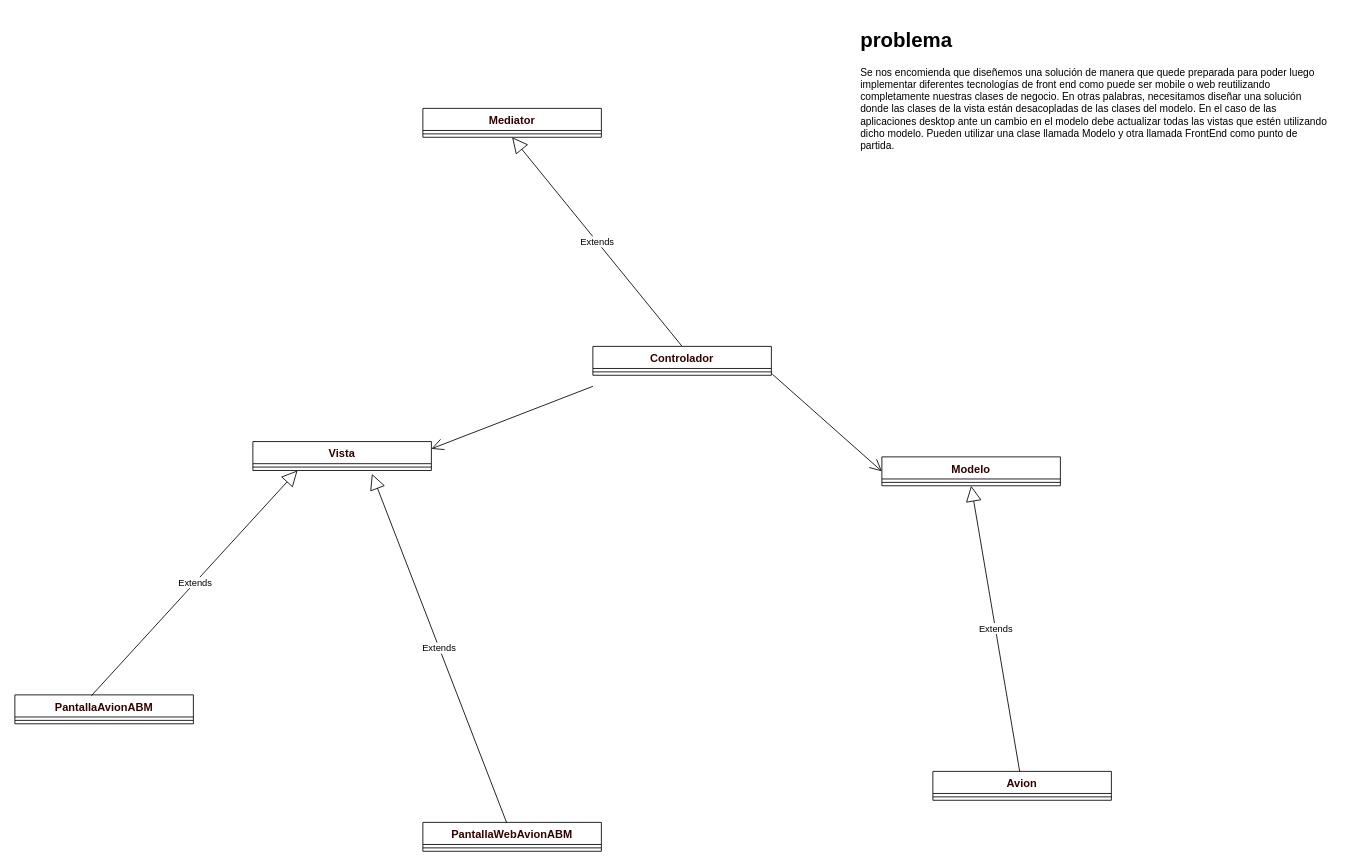
Before: page "disenio-clase-6" (7 of 7) of disenio_sistemas_clase.drawio in centrodph/Diagrams, a draw.io diagram. Source tidied: cells renumbered, new cells numbered last; positions are measured from the earlier drawing's top-left corner, leaving out a move shared by most shapes. Both pictures are drawn from the tidied source at 85%, with x=0, y=0 at pixel (14, 23).
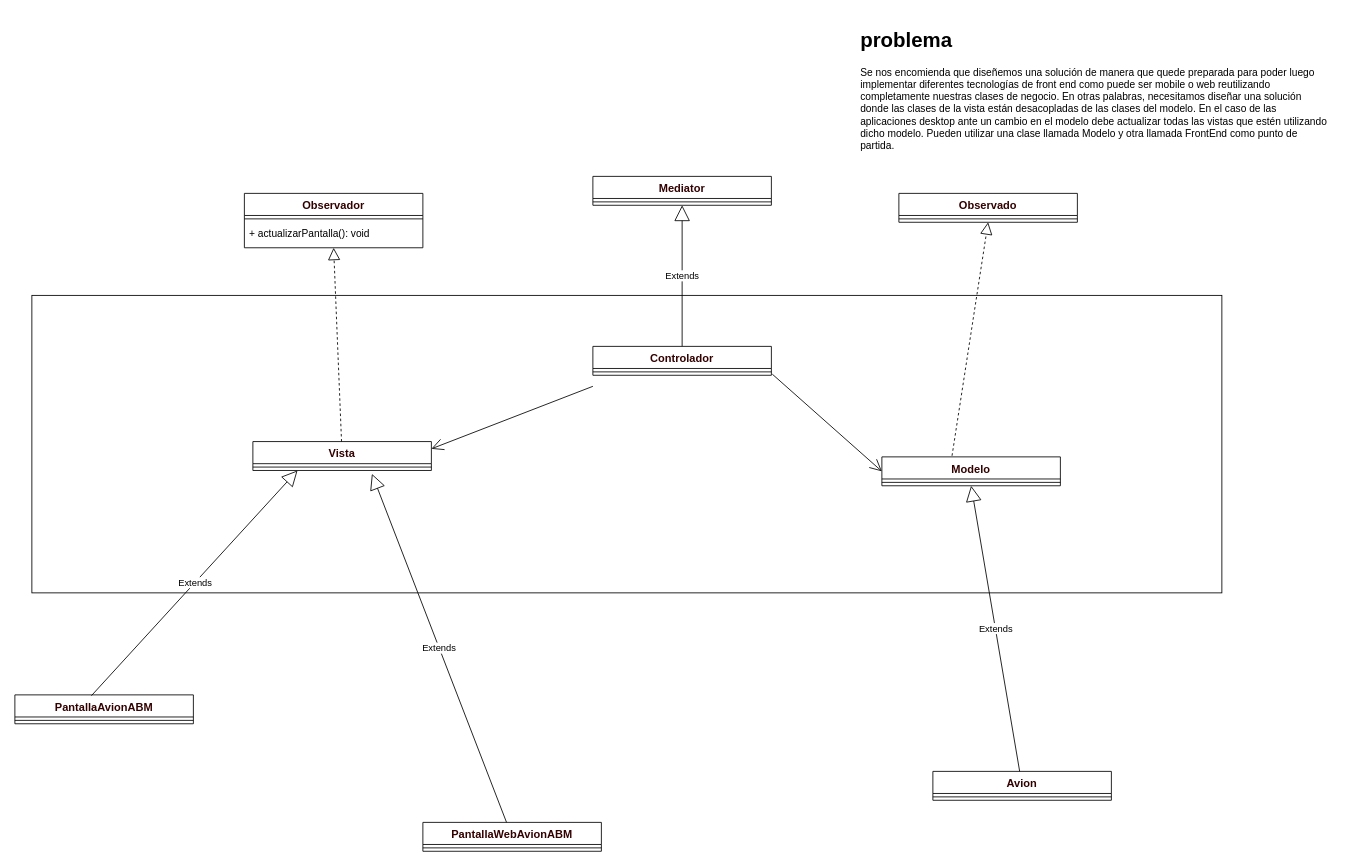
Above is the later version.

The change refers to these unchanged cells:
```xml
<mxCell id="3" value="Vista" style="swimlane;fontStyle=1;align=center;verticalAlign=top;horizontal=1;startSize=26;fontSize=13;fontColor=#330000;" parent="1" vertex="1">
  <mxGeometry x="280" y="492" width="210" height="34" as="geometry" />
</mxCell>
<mxCell id="10" value="Modelo" style="swimlane;fontStyle=1;align=center;verticalAlign=top;horizontal=1;startSize=26;fontSize=13;fontColor=#330000;" parent="1" vertex="1">
  <mxGeometry x="1020" y="510" width="210" height="34" as="geometry" />
</mxCell>
<mxCell id="15" style="line;strokeWidth=1;fillColor=none;align=left;verticalAlign=middle;spacingTop=-1;spacingLeft=3;spacingRight=3;labelPosition=right;points=[];portConstraint=eastwest;strokeColor=inherit;fontSize=13;fontColor=#330000;" parent="14" vertex="1">
  <mxGeometry y="26" width="210" height="8" as="geometry" />
</mxCell>
<mxCell id="16" value="Controlador" style="swimlane;fontStyle=1;align=center;verticalAlign=top;horizontal=1;startSize=26;fontSize=13;fontColor=#330000;" parent="1" vertex="1">
  <mxGeometry x="680" y="380" width="210" height="34" as="geometry" />
</mxCell>
```

What changed in the source:
```diff
@@
+    <mxCell id="23" style="rounded=0;whiteSpace=wrap;html=1;" parent="1" vertex="1">
+      <mxGeometry x="20" y="320" width="1400" height="350" as="geometry" />
+    </mxCell>
@@
-    <mxCell id="7" value="Extends" style="endArrow=block;endSize=16;endFill=0;html=1;rounded=0;entryX=0.5;entryY=1;entryDx=0;entryDy=0;exitX=0.5;exitY=0;exitDx=0;exitDy=0;" parent="1" edge="1" source="16" target="14">
+    <mxCell id="7" value="Extends" style="endArrow=block;endSize=16;endFill=0;html=1;rounded=0;exitX=0.5;exitY=0;exitDx=0;exitDy=0;" parent="1" edge="1" source="16" target="15">
       <mxGeometry relative="1" as="geometry" />
     </mxCell>
@@
     <mxCell id="14" value="Mediator" style="swimlane;fontStyle=1;align=center;verticalAlign=top;horizontal=1;startSize=26;fontSize=13;fontColor=#330000;" parent="1" vertex="1">
-      <mxGeometry x="480" y="100" width="210" height="34" as="geometry" />
+      <mxGeometry x="680" y="180" width="210" height="34" as="geometry" />
     </mxCell>
@@
+    <mxCell id="24" value="Observador" style="swimlane;fontStyle=1;align=center;verticalAlign=top;horizontal=1;startSize=26;fontSize=13;fontColor=#330000;" parent="1" vertex="1">
+      <mxGeometry x="270" y="200" width="210" height="64" as="geometry" />
+    </mxCell>
+    <mxCell id="25" style="line;strokeWidth=1;fillColor=none;align=left;verticalAlign=middle;spacingTop=-1;spacingLeft=3;spacingRight=3;labelPosition=right;strokeColor=inherit;fontSize=13;fontColor=#330000;" parent="24" vertex="1">
+      <mxGeometry y="26" width="210" height="8" as="geometry" />
+    </mxCell>
+    <mxCell id="26" value="+ actualizarPantalla(): void" style="text;strokeColor=none;fillColor=none;spacingLeft=4;spacingRight=4;overflow=hidden;fontSize=12;whiteSpace=wrap;html=1;" parent="24" vertex="1">
+      <mxGeometry y="34" width="210" height="30" as="geometry" />
+    </mxCell>
+    <mxCell id="27" value="Observado" style="swimlane;fontStyle=1;align=center;verticalAlign=top;horizontal=1;startSize=26;fontSize=13;fontColor=#330000;" parent="1" vertex="1">
+      <mxGeometry x="1040" y="200" width="210" height="34" as="geometry" />
+    </mxCell>
+    <mxCell id="28" style="line;strokeWidth=1;fillColor=none;align=left;verticalAlign=middle;spacingTop=-1;spacingLeft=3;spacingRight=3;labelPosition=right;strokeColor=inherit;fontSize=13;fontColor=#330000;" parent="27" vertex="1">
+      <mxGeometry y="26" width="210" height="8" as="geometry" />
+    </mxCell>
+    <mxCell id="29" style="endArrow=block;dashed=1;endFill=0;endSize=12;html=1;rounded=0;entryX=0.5;entryY=1;entryDx=0;entryDy=0;" parent="1" edge="1" source="3" target="24">
+      <mxGeometry relative="1" as="geometry" />
+    </mxCell>
+    <mxCell id="30" style="endArrow=block;dashed=1;endFill=0;endSize=12;html=1;rounded=0;entryX=0.5;entryY=1;entryDx=0;entryDy=0;exitX=0.393;exitY=-0.038;exitDx=0;exitDy=0;exitPerimeter=0;" parent="1" edge="1" source="10" target="27">
+      <mxGeometry relative="1" as="geometry" />
+    </mxCell>
```
